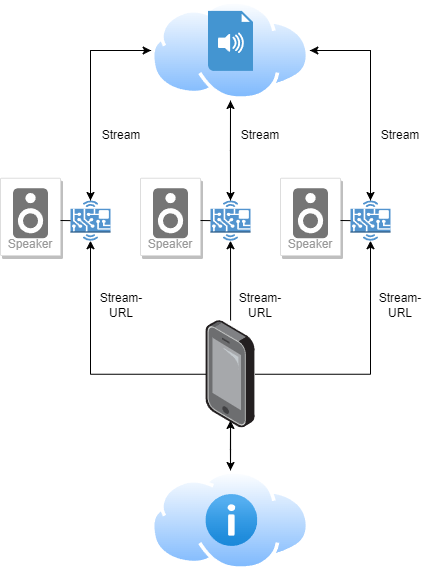
The draw.io diagram Dokumente/DA_Konzept.png in nicolang-dev/DA_Lang-Immler, before a commit. Source tidied: cells renumbered, new cells last; positions are measured from the earlier drawing's top-left corner, leaving out a move shared by most shapes.
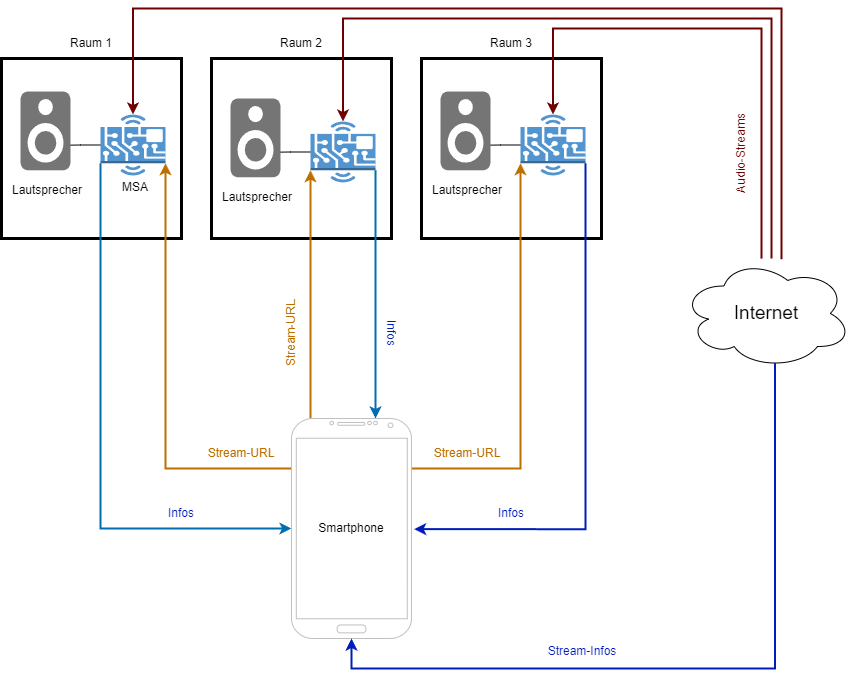
After the change.

The edit, as a diff of the source:
```diff
@@ -2,148 +2,191 @@
   <root>
     <mxCell id="0" />
     <mxCell id="1" parent="0" />
-    <mxCell id="2" style="edgeStyle=orthogonalEdgeStyle;rounded=0;jettySize=auto;html=1;" parent="1" edge="1" source="3" target="33">
-      <mxGeometry relative="1" as="geometry" />
-    </mxCell>
-    <mxCell id="3" style="image;points=[];html=1;align=center;shadow=0;dashed=0;image=img/lib/allied_telesis/computer_and_terminals/Smartphone.svg;" parent="1" vertex="1">
-      <mxGeometry x="205.4" y="320" width="49.3" height="107.5" as="geometry" />
-    </mxCell>
-    <mxCell id="4" style="group;" parent="1" vertex="1">
-      <mxGeometry x="140" y="150" width="110" height="105" as="geometry" />
-    </mxCell>
-    <mxCell id="5" style="group;" parent="4" vertex="1">
-      <mxGeometry width="60" height="105" as="geometry" />
-    </mxCell>
-    <mxCell id="6" value="Speaker" style="strokeColor=#dddddd;shadow=1;strokeWidth=1;rounded=1;absoluteArcSize=1;arcSize=2;labelPosition=center;verticalLabelPosition=middle;align=center;verticalAlign=bottom;spacingLeft=0;fontColor=#999999;fontSize=12;whiteSpace=wrap;spacingBottom=2;html=1;" parent="5" vertex="1">
-      <mxGeometry y="27.7" width="60" height="77.3" as="geometry" />
-    </mxCell>
-    <mxCell id="7" style="sketch=0;dashed=0;html=1;fillColor=#757575;strokeColor=none;shape=mxgraph.gcp2.speaker;" parent="6" vertex="1">
-      <mxGeometry x="0.5" width="35" height="50" relative="1" as="geometry">
-        <mxPoint x="-17.5" y="10" as="offset" />
-      </mxGeometry>
-    </mxCell>
-    <mxCell id="8" style="outlineConnect=0;dashed=0;verticalLabelPosition=bottom;verticalAlign=top;align=center;html=1;shape=mxgraph.aws3.hardware_board;fillColor=#5294CF;gradientColor=none;" parent="4" vertex="1">
-      <mxGeometry x="70" y="50" width="40" height="40.2" as="geometry" />
-    </mxCell>
-    <mxCell id="9" style="endArrow=none;html=1;rounded=0;entryX=0;entryY=0.5;entryDx=0;entryDy=0;entryPerimeter=0;" parent="4" edge="1" target="8">
-      <mxGeometry relative="1" as="geometry">
-        <mxPoint x="60" y="70" as="sourcePoint" />
-      </mxGeometry>
-    </mxCell>
-    <mxCell id="10" style="group;" parent="1" vertex="1">
-      <mxGeometry y="150" width="110" height="105" as="geometry" />
-    </mxCell>
-    <mxCell id="11" style="group;" parent="10" vertex="1">
-      <mxGeometry width="60" height="105" as="geometry" />
-    </mxCell>
-    <mxCell id="12" value="Speaker" style="strokeColor=#dddddd;shadow=1;strokeWidth=1;rounded=1;absoluteArcSize=1;arcSize=2;labelPosition=center;verticalLabelPosition=middle;align=center;verticalAlign=bottom;spacingLeft=0;fontColor=#999999;fontSize=12;whiteSpace=wrap;spacingBottom=2;html=1;" parent="11" vertex="1">
-      <mxGeometry y="27.7" width="60" height="77.3" as="geometry" />
-    </mxCell>
-    <mxCell id="13" style="sketch=0;dashed=0;html=1;fillColor=#757575;strokeColor=none;shape=mxgraph.gcp2.speaker;" parent="12" vertex="1">
-      <mxGeometry x="0.5" width="35" height="50" relative="1" as="geometry">
-        <mxPoint x="-17.5" y="10" as="offset" />
-      </mxGeometry>
-    </mxCell>
-    <mxCell id="14" style="outlineConnect=0;dashed=0;verticalLabelPosition=bottom;verticalAlign=top;align=center;html=1;shape=mxgraph.aws3.hardware_board;fillColor=#5294CF;gradientColor=none;" parent="10" vertex="1">
-      <mxGeometry x="70" y="50" width="40" height="40.2" as="geometry" />
-    </mxCell>
-    <mxCell id="15" style="group;" parent="1" vertex="1">
-      <mxGeometry x="280" y="150" width="110" height="105" as="geometry" />
-    </mxCell>
-    <mxCell id="16" style="group;" parent="15" vertex="1">
-      <mxGeometry width="60" height="105" as="geometry" />
-    </mxCell>
-    <mxCell id="17" value="Speaker" style="strokeColor=#dddddd;shadow=1;strokeWidth=1;rounded=1;absoluteArcSize=1;arcSize=2;labelPosition=center;verticalLabelPosition=middle;align=center;verticalAlign=bottom;spacingLeft=0;fontColor=#999999;fontSize=12;whiteSpace=wrap;spacingBottom=2;html=1;" parent="16" vertex="1">
-      <mxGeometry y="27.7" width="60" height="77.3" as="geometry" />
-    </mxCell>
-    <mxCell id="18" style="sketch=0;dashed=0;html=1;fillColor=#757575;strokeColor=none;shape=mxgraph.gcp2.speaker;" parent="17" vertex="1">
-      <mxGeometry x="0.5" width="35" height="50" relative="1" as="geometry">
-        <mxPoint x="-17.5" y="10" as="offset" />
-      </mxGeometry>
-    </mxCell>
-    <mxCell id="19" style="outlineConnect=0;dashed=0;verticalLabelPosition=bottom;verticalAlign=top;align=center;html=1;shape=mxgraph.aws3.hardware_board;fillColor=#5294CF;gradientColor=none;" parent="15" vertex="1">
-      <mxGeometry x="70" y="50" width="40" height="40.2" as="geometry" />
-    </mxCell>
-    <mxCell id="20" style="endArrow=none;html=1;rounded=0;entryX=0;entryY=0.5;entryDx=0;entryDy=0;entryPerimeter=0;" parent="15" edge="1" target="19">
-      <mxGeometry relative="1" as="geometry">
-        <mxPoint x="60" y="70" as="sourcePoint" />
-      </mxGeometry>
-    </mxCell>
-    <mxCell id="21" style="edgeStyle=orthogonalEdgeStyle;rounded=0;jettySize=auto;html=1;entryX=0.5;entryY=1;entryDx=0;entryDy=0;entryPerimeter=0;" parent="1" edge="1" source="3" target="19">
-      <mxGeometry relative="1" as="geometry" />
-    </mxCell>
-    <mxCell id="22" style="edgeStyle=orthogonalEdgeStyle;rounded=0;jettySize=auto;html=1;entryX=0.5;entryY=1;entryDx=0;entryDy=0;entryPerimeter=0;" parent="1" edge="1" source="3" target="8">
-      <mxGeometry relative="1" as="geometry" />
-    </mxCell>
-    <mxCell id="23" style="edgeStyle=orthogonalEdgeStyle;rounded=0;jettySize=auto;html=1;entryX=0.5;entryY=1;entryDx=0;entryDy=0;entryPerimeter=0;" parent="1" edge="1" source="3" target="14">
-      <mxGeometry relative="1" as="geometry" />
-    </mxCell>
-    <mxCell id="24" style="group;" parent="1" vertex="1">
-      <mxGeometry x="150.6" width="158.7" height="100" as="geometry" />
-    </mxCell>
-    <mxCell id="25" style="image;perimeter=ellipsePerimeter;html=1;align=center;shadow=0;dashed=0;spacingTop=3;image=img/lib/active_directory/internet_cloud.svg;" parent="24" vertex="1">
-      <mxGeometry width="158.7" height="100" as="geometry" />
-    </mxCell>
-    <mxCell id="26" style="shadow=0;dashed=0;html=1;strokeColor=none;fillColor=#4495D1;labelPosition=center;verticalLabelPosition=bottom;verticalAlign=top;align=center;shape=mxgraph.veeam.audio_file;" parent="24" vertex="1">
-      <mxGeometry x="56.9" y="10.4" width="45" height="60" as="geometry" />
-    </mxCell>
-    <mxCell id="27" style="edgeStyle=orthogonalEdgeStyle;rounded=0;jettySize=auto;html=1;entryX=1;entryY=0.5;entryDx=0;entryDy=0;" parent="1" edge="1" source="19" target="25">
-      <mxGeometry relative="1" as="geometry">
-        <Array as="points">
-          <mxPoint x="370" y="50" />
-        </Array>
-      </mxGeometry>
-    </mxCell>
-    <mxCell id="28" style="rounded=0;jettySize=auto;html=1;entryX=0.5;entryY=1;entryDx=0;entryDy=0;" parent="1" edge="1" source="8" target="25">
-      <mxGeometry relative="1" as="geometry" />
-    </mxCell>
-    <mxCell id="29" style="edgeStyle=orthogonalEdgeStyle;rounded=0;jettySize=auto;html=1;entryX=0.5;entryY=0;entryDx=0;entryDy=0;entryPerimeter=0;" parent="1" edge="1" source="25" target="8">
-      <mxGeometry relative="1" as="geometry" />
-    </mxCell>
-    <mxCell id="30" style="edgeStyle=orthogonalEdgeStyle;rounded=0;jettySize=auto;html=1;entryX=0.5;entryY=0;entryDx=0;entryDy=0;entryPerimeter=0;" parent="1" edge="1" source="25" target="19">
-      <mxGeometry relative="1" as="geometry" />
-    </mxCell>
-    <mxCell id="31" style="edgeStyle=orthogonalEdgeStyle;rounded=0;jettySize=auto;html=1;entryX=0;entryY=0.5;entryDx=0;entryDy=0;" parent="1" edge="1" source="14" target="25">
-      <mxGeometry relative="1" as="geometry">
-        <Array as="points">
-          <mxPoint x="90" y="50" />
-        </Array>
-      </mxGeometry>
-    </mxCell>
-    <mxCell id="32" style="edgeStyle=orthogonalEdgeStyle;rounded=0;jettySize=auto;html=1;entryX=0.5;entryY=0;entryDx=0;entryDy=0;entryPerimeter=0;" parent="1" edge="1" source="25" target="14">
-      <mxGeometry relative="1" as="geometry" />
-    </mxCell>
-    <mxCell id="33" style="image;perimeter=ellipsePerimeter;html=1;align=center;shadow=0;dashed=0;spacingTop=3;image=img/lib/active_directory/internet_cloud.svg;" parent="1" vertex="1">
-      <mxGeometry x="150.6" y="470" width="158.7" height="100" as="geometry" />
-    </mxCell>
-    <mxCell id="34" style="edgeStyle=orthogonalEdgeStyle;rounded=0;jettySize=auto;html=1;entryX=0.5;entryY=0.93;entryDx=0;entryDy=0;entryPerimeter=0;" parent="1" edge="1" source="33" target="3">
-      <mxGeometry relative="1" as="geometry" />
-    </mxCell>
-    <mxCell id="35" style="image;html=1;align=center;fontSize=12;image=img/lib/azure2/general/Information.svg;" parent="1" vertex="1">
-      <mxGeometry x="205.4" y="494" width="52" height="52" as="geometry" />
-    </mxCell>
-    <mxCell id="36" value="Stream-URL" style="text;html=1;strokeColor=none;fillColor=none;align=center;verticalAlign=middle;whiteSpace=wrap;rounded=0;" parent="1" vertex="1">
-      <mxGeometry x="90.6" y="290" width="60" height="30" as="geometry" />
-    </mxCell>
-    <mxCell id="37" value="Stream-URL" style="text;html=1;strokeColor=none;fillColor=none;align=center;verticalAlign=middle;whiteSpace=wrap;rounded=0;" parent="1" vertex="1">
-      <mxGeometry x="230" y="290" width="60" height="30" as="geometry" />
-    </mxCell>
-    <mxCell id="38" value="Stream-URL" style="text;html=1;strokeColor=none;fillColor=none;align=center;verticalAlign=middle;whiteSpace=wrap;rounded=0;" parent="1" vertex="1">
-      <mxGeometry x="370" y="290" width="60" height="30" as="geometry" />
-    </mxCell>
-    <mxCell id="39" value="Stream" style="text;html=1;strokeColor=none;fillColor=none;align=center;verticalAlign=middle;whiteSpace=wrap;rounded=0;" parent="1" vertex="1">
-      <mxGeometry x="90.6" y="120" width="60" height="30" as="geometry" />
-    </mxCell>
-    <mxCell id="40" value="Stream" style="text;html=1;strokeColor=none;fillColor=none;align=center;verticalAlign=middle;whiteSpace=wrap;rounded=0;" parent="1" vertex="1">
-      <mxGeometry x="230" y="120" width="60" height="30" as="geometry" />
-    </mxCell>
-    <mxCell id="41" value="Stream" style="text;html=1;strokeColor=none;fillColor=none;align=center;verticalAlign=middle;whiteSpace=wrap;rounded=0;" parent="1" vertex="1">
-      <mxGeometry x="370" y="120" width="60" height="30" as="geometry" />
-    </mxCell>
-    <mxCell id="42" style="endArrow=none;html=1;rounded=0;entryX=0;entryY=0.5;entryDx=0;entryDy=0;entryPerimeter=0;" parent="1" edge="1" target="14">
-      <mxGeometry relative="1" as="geometry">
-        <mxPoint x="60" y="220" as="sourcePoint" />
-      </mxGeometry>
-    </mxCell>
+    <mxCell id="43" style="group;strokeWidth=8;" parent="1" vertex="1">
+      <mxGeometry x="-60" y="140" width="180" height="210" as="geometry" />
+    </mxCell>
+    <mxCell id="44" style="whiteSpace=wrap;html=1;strokeWidth=3;" parent="43" vertex="1">
+      <mxGeometry y="30" width="180" height="180" as="geometry" />
+    </mxCell>
+    <mxCell id="45" value="Raum 1" style="text;html=1;strokeColor=none;fillColor=none;align=center;verticalAlign=middle;whiteSpace=wrap;rounded=0;" parent="43" vertex="1">
+      <mxGeometry x="60" width="60" height="30" as="geometry" />
+    </mxCell>
+    <mxCell id="46" style="edgeStyle=orthogonalEdgeStyle;rounded=0;jettySize=auto;html=1;endArrow=none;endFill=0;" parent="43" edge="1" source="47">
+      <mxGeometry relative="1" as="geometry">
+        <mxPoint x="59" y="116.8" as="targetPoint" />
+      </mxGeometry>
+    </mxCell>
+    <mxCell id="47" style="outlineConnect=0;dashed=0;verticalLabelPosition=bottom;verticalAlign=top;align=center;html=1;shape=mxgraph.aws3.hardware_board;fillColor=#5294CF;gradientColor=none;" parent="43" vertex="1">
+      <mxGeometry x="99" y="86" width="65" height="60.9" as="geometry" />
+    </mxCell>
+    <mxCell id="48" value="MSA" style="text;html=1;strokeColor=none;fillColor=none;align=center;verticalAlign=middle;whiteSpace=wrap;rounded=0;" parent="43" vertex="1">
+      <mxGeometry x="104" y="144" width="60" height="30" as="geometry" />
+    </mxCell>
+    <mxCell id="49" style="sketch=0;dashed=0;html=1;fillColor=#757575;strokeColor=none;shape=mxgraph.gcp2.speaker;align=center;" parent="43" vertex="1">
+      <mxGeometry x="19" y="63" width="50" height="78.8" as="geometry">
+        <mxPoint x="-17.5" y="10" as="offset" />
+      </mxGeometry>
+    </mxCell>
+    <mxCell id="50" value="Lautsprecher" style="text;html=1;strokeColor=none;fillColor=none;align=center;verticalAlign=middle;whiteSpace=wrap;rounded=0;" parent="43" vertex="1">
+      <mxGeometry x="16" y="147" width="60" height="30" as="geometry" />
+    </mxCell>
+    <mxCell id="51" style="group;strokeWidth=8;" parent="1" vertex="1">
+      <mxGeometry x="150" y="140" width="180" height="210" as="geometry" />
+    </mxCell>
+    <mxCell id="52" style="whiteSpace=wrap;html=1;strokeWidth=3;" parent="51" vertex="1">
+      <mxGeometry y="30" width="180" height="180" as="geometry" />
+    </mxCell>
+    <mxCell id="53" value="Raum 2" style="text;html=1;strokeColor=none;fillColor=none;align=center;verticalAlign=middle;whiteSpace=wrap;rounded=0;" parent="51" vertex="1">
+      <mxGeometry x="60" width="60" height="30" as="geometry" />
+    </mxCell>
+    <mxCell id="54" style="edgeStyle=orthogonalEdgeStyle;rounded=0;jettySize=auto;html=1;endArrow=none;endFill=0;" parent="51" edge="1" source="55">
+      <mxGeometry relative="1" as="geometry">
+        <mxPoint x="59" y="123.8" as="targetPoint" />
+      </mxGeometry>
+    </mxCell>
+    <mxCell id="55" style="outlineConnect=0;dashed=0;verticalLabelPosition=bottom;verticalAlign=top;align=center;html=1;shape=mxgraph.aws3.hardware_board;fillColor=#5294CF;gradientColor=none;" parent="51" vertex="1">
+      <mxGeometry x="99" y="93" width="65" height="60.9" as="geometry" />
+    </mxCell>
+    <mxCell id="56" style="sketch=0;dashed=0;html=1;fillColor=#757575;strokeColor=none;shape=mxgraph.gcp2.speaker;align=center;" parent="51" vertex="1">
+      <mxGeometry x="19" y="70" width="50" height="78.8" as="geometry">
+        <mxPoint x="-17.5" y="10" as="offset" />
+      </mxGeometry>
+    </mxCell>
+    <mxCell id="57" value="Lautsprecher" style="text;html=1;strokeColor=none;fillColor=none;align=center;verticalAlign=middle;whiteSpace=wrap;rounded=0;" parent="51" vertex="1">
+      <mxGeometry x="16" y="153.9" width="60" height="30" as="geometry" />
+    </mxCell>
+    <mxCell id="58" style="group;strokeWidth=8;" parent="1" vertex="1">
+      <mxGeometry x="360" y="140" width="180" height="210" as="geometry" />
+    </mxCell>
+    <mxCell id="59" style="whiteSpace=wrap;html=1;strokeWidth=3;" parent="58" vertex="1">
+      <mxGeometry y="30" width="180" height="180" as="geometry" />
+    </mxCell>
+    <mxCell id="60" value="Raum 3" style="text;html=1;strokeColor=none;fillColor=none;align=center;verticalAlign=middle;whiteSpace=wrap;rounded=0;" parent="58" vertex="1">
+      <mxGeometry x="60" width="60" height="30" as="geometry" />
+    </mxCell>
+    <mxCell id="61" style="edgeStyle=orthogonalEdgeStyle;rounded=0;jettySize=auto;html=1;endArrow=none;endFill=0;" parent="58" edge="1" source="62">
+      <mxGeometry relative="1" as="geometry">
+        <mxPoint x="59" y="116.8" as="targetPoint" />
+      </mxGeometry>
+    </mxCell>
+    <mxCell id="62" style="outlineConnect=0;dashed=0;verticalLabelPosition=bottom;verticalAlign=top;align=center;html=1;shape=mxgraph.aws3.hardware_board;fillColor=#5294CF;gradientColor=none;" parent="58" vertex="1">
+      <mxGeometry x="99" y="86" width="65" height="60.9" as="geometry" />
+    </mxCell>
+    <mxCell id="63" style="sketch=0;dashed=0;html=1;fillColor=#757575;strokeColor=none;shape=mxgraph.gcp2.speaker;align=center;" parent="58" vertex="1">
+      <mxGeometry x="19" y="63" width="50" height="78.8" as="geometry">
+        <mxPoint x="-17.5" y="10" as="offset" />
+      </mxGeometry>
+    </mxCell>
+    <mxCell id="64" value="Lautsprecher" style="text;html=1;strokeColor=none;fillColor=none;align=center;verticalAlign=middle;whiteSpace=wrap;rounded=0;" parent="58" vertex="1">
+      <mxGeometry x="16" y="147" width="60" height="30" as="geometry" />
+    </mxCell>
+    <mxCell id="65" value="Internet" style="ellipse;shape=cloud;whiteSpace=wrap;html=1;fontSize=19;" parent="1" vertex="1">
+      <mxGeometry x="620" y="370" width="170" height="110" as="geometry" />
+    </mxCell>
+    <mxCell id="66" style="edgeStyle=orthogonalEdgeStyle;rounded=0;jettySize=auto;html=1;entryX=0;entryY=0.8;entryDx=0;entryDy=0;entryPerimeter=0;fillColor=#f0a30a;strokeColor=#BD7000;jumpSize=6;strokeWidth=2;" parent="1" edge="1" source="72" target="55">
+      <mxGeometry relative="1" as="geometry">
+        <Array as="points">
+          <mxPoint x="249" y="410" />
+          <mxPoint x="249" y="410" />
+        </Array>
+      </mxGeometry>
+    </mxCell>
+    <mxCell id="67" style="edgeStyle=orthogonalEdgeStyle;rounded=0;jettySize=auto;html=1;entryX=1;entryY=0.8;entryDx=0;entryDy=0;entryPerimeter=0;fillColor=#f0a30a;strokeColor=#BD7000;jumpSize=6;strokeWidth=2;" parent="1" edge="1" source="72" target="47">
+      <mxGeometry relative="1" as="geometry">
+        <Array as="points">
+          <mxPoint x="104" y="580" />
+        </Array>
+      </mxGeometry>
+    </mxCell>
+    <mxCell id="68" style="edgeStyle=orthogonalEdgeStyle;rounded=0;jettySize=auto;html=1;entryX=0;entryY=0.8;entryDx=0;entryDy=0;entryPerimeter=0;fillColor=#f0a30a;strokeColor=#BD7000;jumpSize=6;strokeWidth=2;" parent="1" edge="1" source="72" target="62">
+      <mxGeometry relative="1" as="geometry">
+        <Array as="points">
+          <mxPoint x="459" y="580" />
+        </Array>
+      </mxGeometry>
+    </mxCell>
+    <mxCell id="69" style="edgeStyle=orthogonalEdgeStyle;rounded=0;jettySize=auto;html=1;entryX=1;entryY=0.8;entryDx=0;entryDy=0;startArrow=classic;startFill=1;endArrow=none;endFill=0;entryPerimeter=0;exitX=1.022;exitY=0.503;exitDx=0;exitDy=0;exitPerimeter=0;fillColor=#0050ef;strokeColor=#001DBC;strokeWidth=2;" parent="1" edge="1" source="72" target="62">
+      <mxGeometry relative="1" as="geometry">
+        <Array as="points">
+          <mxPoint x="524" y="641" />
+        </Array>
+      </mxGeometry>
+    </mxCell>
+    <mxCell id="70" style="edgeStyle=orthogonalEdgeStyle;rounded=0;jettySize=auto;html=1;entryX=1;entryY=0.8;entryDx=0;entryDy=0;endArrow=none;endFill=0;startArrow=classic;startFill=1;entryPerimeter=0;fillColor=#1ba1e2;strokeColor=#006EAF;strokeWidth=2;" parent="1" edge="1" source="72" target="55">
+      <mxGeometry relative="1" as="geometry">
+        <Array as="points">
+          <mxPoint x="314" y="640" />
+        </Array>
+      </mxGeometry>
+    </mxCell>
+    <mxCell id="71" style="edgeStyle=orthogonalEdgeStyle;rounded=0;jettySize=auto;html=1;entryX=0;entryY=0.8;entryDx=0;entryDy=0;endArrow=none;endFill=0;startArrow=classic;startFill=1;entryPerimeter=0;fillColor=#1ba1e2;strokeColor=#006EAF;strokeWidth=2;" parent="1" edge="1" source="72" target="47">
+      <mxGeometry relative="1" as="geometry">
+        <Array as="points">
+          <mxPoint x="39" y="640" />
+        </Array>
+      </mxGeometry>
+    </mxCell>
+    <mxCell id="72" style="verticalLabelPosition=bottom;verticalAlign=top;html=1;shadow=0;dashed=0;strokeWidth=1;shape=mxgraph.android.phone2;strokeColor=#c0c0c0;" parent="1" vertex="1">
+      <mxGeometry x="230" y="530" width="120" height="220" as="geometry" />
+    </mxCell>
+    <mxCell id="73" value="Smartphone" style="text;html=1;strokeColor=none;fillColor=none;align=center;verticalAlign=middle;whiteSpace=wrap;rounded=0;" parent="1" vertex="1">
+      <mxGeometry x="260" y="625" width="60" height="30" as="geometry" />
+    </mxCell>
+    <mxCell id="74" value="Stream-URL" style="text;html=1;strokeColor=none;fillColor=none;align=center;verticalAlign=middle;whiteSpace=wrap;rounded=0;rotation=-90;fontColor=#BD7000;" parent="1" vertex="1">
+      <mxGeometry x="180" y="430" width="100" height="30" as="geometry" />
+    </mxCell>
+    <mxCell id="75" value="Stream-URL" style="text;html=1;strokeColor=none;fillColor=none;align=center;verticalAlign=middle;whiteSpace=wrap;rounded=0;fontColor=#BD7000;" parent="1" vertex="1">
+      <mxGeometry x="130" y="550" width="100" height="30" as="geometry" />
+    </mxCell>
+    <mxCell id="76" value="Infos" style="text;html=1;strokeColor=none;fillColor=none;align=center;verticalAlign=middle;whiteSpace=wrap;rounded=0;rotation=90;fontColor=#001DBC;" parent="1" vertex="1">
+      <mxGeometry x="280" y="430" width="100" height="30" as="geometry" />
+    </mxCell>
+    <mxCell id="77" value="Infos" style="text;html=1;strokeColor=none;fillColor=none;align=center;verticalAlign=middle;whiteSpace=wrap;rounded=0;rotation=0;fontColor=#001DBC;" parent="1" vertex="1">
+      <mxGeometry x="400" y="610" width="100" height="30" as="geometry" />
+    </mxCell>
+    <mxCell id="78" value="Infos" style="text;html=1;strokeColor=none;fillColor=none;align=center;verticalAlign=middle;whiteSpace=wrap;rounded=0;rotation=0;fontColor=#001DBC;" parent="1" vertex="1">
+      <mxGeometry x="70" y="610" width="100" height="30" as="geometry" />
+    </mxCell>
+    <mxCell id="79" value="Stream-URL" style="text;html=1;strokeColor=none;fillColor=none;align=center;verticalAlign=middle;whiteSpace=wrap;rounded=0;fontColor=#BD7000;" parent="1" vertex="1">
+      <mxGeometry x="356" y="550" width="100" height="30" as="geometry" />
+    </mxCell>
+    <mxCell id="80" style="edgeStyle=orthogonalEdgeStyle;rounded=0;jettySize=auto;html=1;entryX=0.55;entryY=0.95;entryDx=0;entryDy=0;entryPerimeter=0;startArrow=classic;startFill=1;endArrow=none;endFill=0;fillColor=#0050ef;strokeColor=#001DBC;strokeWidth=2;" parent="1" edge="1" source="72" target="65">
+      <mxGeometry relative="1" as="geometry">
+        <Array as="points">
+          <mxPoint x="290" y="780" />
+          <mxPoint x="713" y="780" />
+        </Array>
+      </mxGeometry>
+    </mxCell>
+    <mxCell id="81" value="Stream-Infos" style="text;html=1;strokeColor=none;fillColor=none;align=center;verticalAlign=middle;whiteSpace=wrap;rounded=0;rotation=0;fontColor=#001DBC;" parent="1" vertex="1">
+      <mxGeometry x="471" y="748" width="100" height="30" as="geometry" />
+    </mxCell>
+    <mxCell id="82" style="edgeStyle=orthogonalEdgeStyle;rounded=0;jettySize=auto;html=1;entryX=0.5;entryY=0;entryDx=0;entryDy=0;entryPerimeter=0;fillColor=#a20025;strokeColor=#6F0000;strokeWidth=2;" parent="1" edge="1" source="65" target="62">
+      <mxGeometry relative="1" as="geometry">
+        <Array as="points">
+          <mxPoint x="700" y="140" />
+          <mxPoint x="491" y="140" />
+        </Array>
+      </mxGeometry>
+    </mxCell>
+    <mxCell id="83" style="edgeStyle=orthogonalEdgeStyle;rounded=0;jettySize=auto;html=1;entryX=0.5;entryY=0;entryDx=0;entryDy=0;entryPerimeter=0;fillColor=#a20025;strokeColor=#6F0000;strokeWidth=2;" parent="1" edge="1" source="65" target="55">
+      <mxGeometry relative="1" as="geometry">
+        <Array as="points">
+          <mxPoint x="710" y="130" />
+          <mxPoint x="281" y="130" />
+        </Array>
+      </mxGeometry>
+    </mxCell>
+    <mxCell id="84" style="edgeStyle=orthogonalEdgeStyle;rounded=0;jettySize=auto;html=1;entryX=0.5;entryY=0;entryDx=0;entryDy=0;entryPerimeter=0;fillColor=#a20025;strokeColor=#6F0000;strokeWidth=2;" parent="1" edge="1" source="65" target="47">
+      <mxGeometry relative="1" as="geometry">
+        <Array as="points">
+          <mxPoint x="720" y="120" />
+          <mxPoint x="71" y="120" />
+        </Array>
+      </mxGeometry>
+    </mxCell>
+    <mxCell id="85" value="Audio-Streams" style="text;html=1;strokeColor=none;fillColor=none;align=center;verticalAlign=middle;whiteSpace=wrap;rounded=0;rotation=-90;fontColor=#6F0000;fontSize=12;" parent="1" vertex="1">
+      <mxGeometry x="630" y="250" width="100" height="30" as="geometry" />
+    </mxCell>
   </root>
 </mxGraphModel>
```
